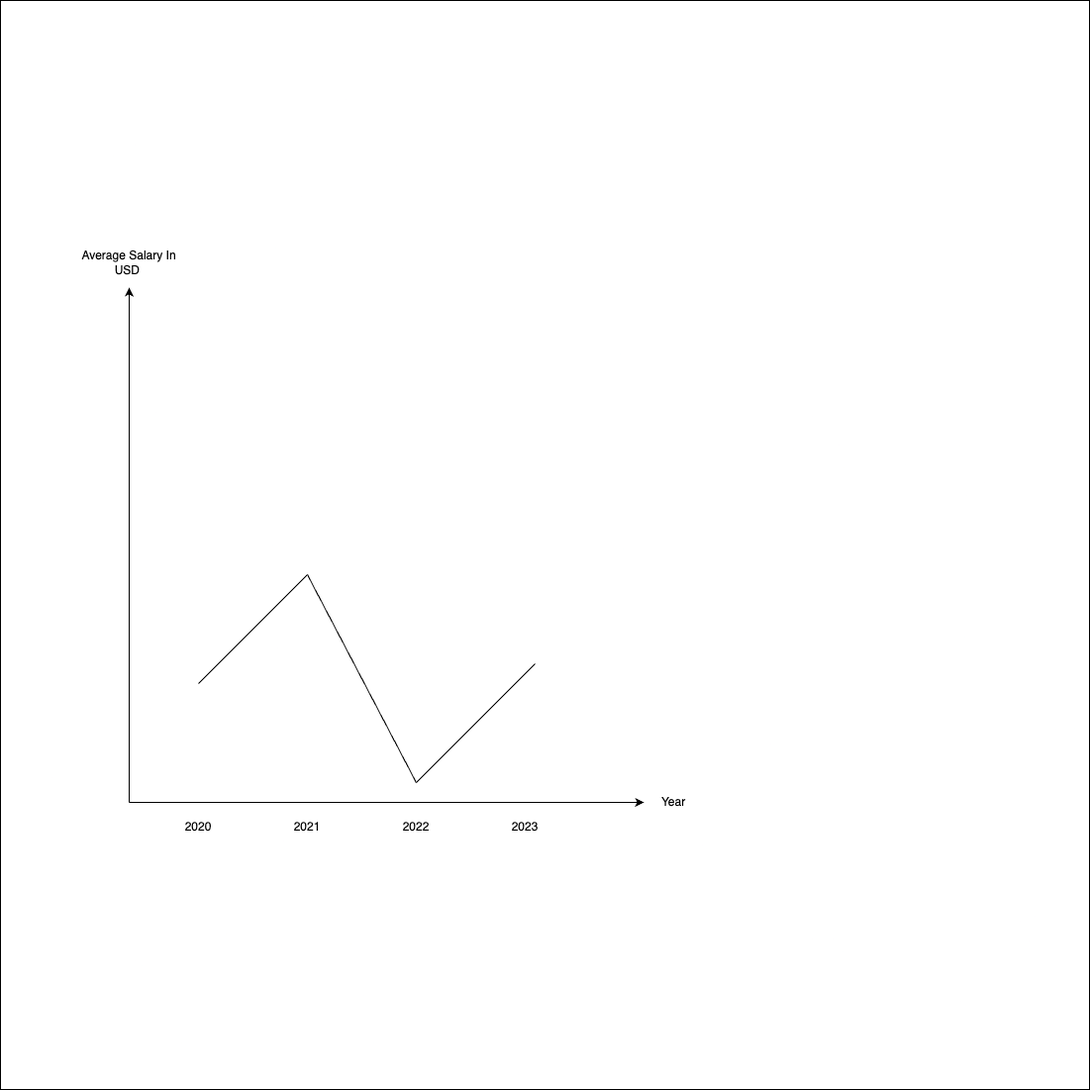
Above: docs/images/line_chart.png in com-480-data-visualization/data_girls (draw.io), before the change. Source tidied: cells renumbered, new cells last; positions are measured from the earlier drawing's top-left corner, leaving out a move shared by most shapes. The source it was exported from:
```xml
<mxGraphModel>
  <root>
    <mxCell id="0" />
    <mxCell id="1" parent="0" />
    <mxCell id="2" style="whiteSpace=wrap;html=1;" parent="1" vertex="1">
      <mxGeometry width="1100" height="1100" as="geometry" />
    </mxCell>
    <mxCell id="3" style="endArrow=classic;html=1;rounded=0;" parent="1" edge="1">
      <mxGeometry relative="1" as="geometry">
        <mxPoint x="130" y="810" as="sourcePoint" />
        <mxPoint x="130" y="290" as="targetPoint" />
      </mxGeometry>
    </mxCell>
    <mxCell id="4" style="endArrow=classic;html=1;rounded=0;" parent="1" edge="1">
      <mxGeometry relative="1" as="geometry">
        <mxPoint x="130" y="810" as="sourcePoint" />
        <mxPoint x="650" y="810" as="targetPoint" />
      </mxGeometry>
    </mxCell>
    <mxCell id="5" value="2020" style="text;html=1;align=center;verticalAlign=middle;whiteSpace=wrap;rounded=0;" parent="1" vertex="1">
      <mxGeometry x="170" y="820" width="60" height="30" as="geometry" />
    </mxCell>
    <mxCell id="6" value="2021" style="text;html=1;align=center;verticalAlign=middle;whiteSpace=wrap;rounded=0;" parent="1" vertex="1">
      <mxGeometry x="280" y="820" width="60" height="30" as="geometry" />
    </mxCell>
    <mxCell id="7" value="2022" style="text;html=1;align=center;verticalAlign=middle;whiteSpace=wrap;rounded=0;" parent="1" vertex="1">
      <mxGeometry x="390" y="820" width="60" height="30" as="geometry" />
    </mxCell>
    <mxCell id="8" value="2023" style="text;html=1;align=center;verticalAlign=middle;whiteSpace=wrap;rounded=0;" parent="1" vertex="1">
      <mxGeometry x="500" y="820" width="60" height="30" as="geometry" />
    </mxCell>
    <mxCell id="9" style="endArrow=none;html=1;rounded=0;" parent="1" edge="1">
      <mxGeometry relative="1" as="geometry">
        <mxPoint x="200" y="690" as="sourcePoint" />
        <mxPoint x="310" y="580" as="targetPoint" />
      </mxGeometry>
    </mxCell>
    <mxCell id="10" style="endArrow=none;html=1;rounded=0;" parent="1" edge="1">
      <mxGeometry relative="1" as="geometry">
        <mxPoint x="310" y="580" as="sourcePoint" />
        <mxPoint x="420" y="790" as="targetPoint" />
      </mxGeometry>
    </mxCell>
    <mxCell id="11" style="endArrow=none;html=1;rounded=0;" parent="1" edge="1">
      <mxGeometry relative="1" as="geometry">
        <mxPoint x="420" y="790" as="sourcePoint" />
        <mxPoint x="540" y="670" as="targetPoint" />
      </mxGeometry>
    </mxCell>
    <mxCell id="12" value="Average Salary In USD&amp;nbsp;" style="text;html=1;align=center;verticalAlign=middle;whiteSpace=wrap;rounded=0;" parent="1" vertex="1">
      <mxGeometry x="80" y="250" width="100" height="30" as="geometry" />
    </mxCell>
    <mxCell id="13" value="Year" style="text;html=1;align=center;verticalAlign=middle;whiteSpace=wrap;rounded=0;" parent="1" vertex="1">
      <mxGeometry x="630" y="790" width="100" height="40" as="geometry" />
    </mxCell>
  </root>
</mxGraphModel>
```
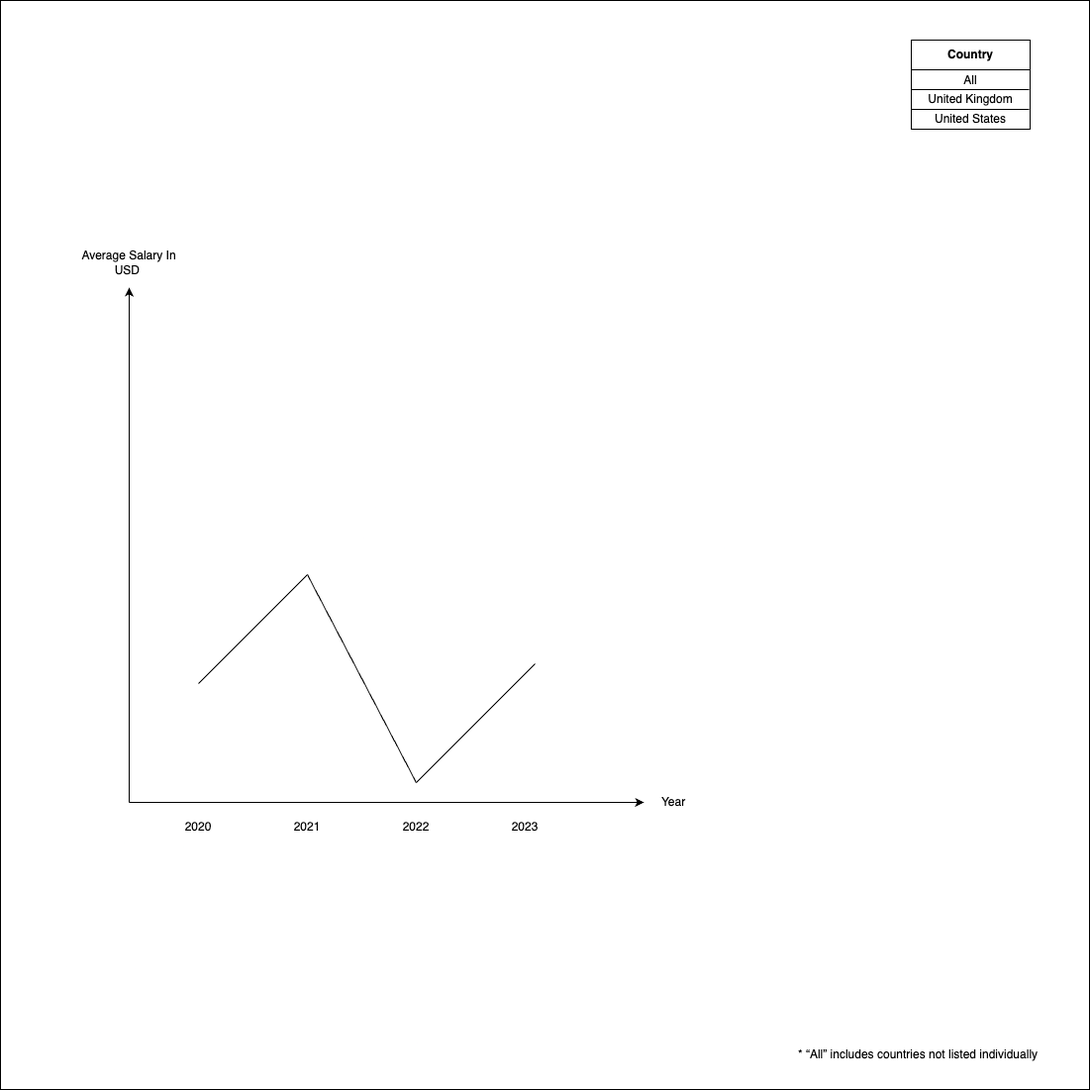
Above is the later version.

What changed in the source:
```diff
@@ -53,5 +53,35 @@
     <mxCell id="13" value="Year" style="text;html=1;align=center;verticalAlign=middle;whiteSpace=wrap;rounded=0;" parent="1" vertex="1">
       <mxGeometry x="630" y="790" width="100" height="40" as="geometry" />
     </mxCell>
+    <mxCell id="14" style="rounded=0;whiteSpace=wrap;html=1;" parent="1" vertex="1">
+      <mxGeometry x="920" y="40" width="120" height="30" as="geometry" />
+    </mxCell>
+    <mxCell id="15" value="United Kingdom" style="rounded=0;whiteSpace=wrap;html=1;" parent="1" vertex="1">
+      <mxGeometry x="920" y="70" width="120" height="60" as="geometry" />
+    </mxCell>
+    <mxCell id="16" style="endArrow=none;html=1;rounded=0;" parent="1" edge="1">
+      <mxGeometry relative="1" as="geometry">
+        <mxPoint x="1039" y="90" as="sourcePoint" />
+        <mxPoint x="920" y="90" as="targetPoint" />
+      </mxGeometry>
+    </mxCell>
+    <mxCell id="17" style="endArrow=none;html=1;rounded=0;" parent="1" edge="1">
+      <mxGeometry relative="1" as="geometry">
+        <mxPoint x="1039" y="110" as="sourcePoint" />
+        <mxPoint x="920" y="110" as="targetPoint" />
+      </mxGeometry>
+    </mxCell>
+    <mxCell id="18" value="&lt;b&gt;Country&lt;/b&gt;" style="text;html=1;align=center;verticalAlign=middle;whiteSpace=wrap;rounded=0;" parent="1" vertex="1">
+      <mxGeometry x="950" y="40" width="60" height="30" as="geometry" />
+    </mxCell>
+    <mxCell id="19" value="All" style="text;html=1;align=center;verticalAlign=middle;whiteSpace=wrap;rounded=0;" parent="1" vertex="1">
+      <mxGeometry x="950" y="76" width="60" height="10" as="geometry" />
+    </mxCell>
+    <mxCell id="20" value="United States" style="text;html=1;align=center;verticalAlign=middle;whiteSpace=wrap;rounded=0;" parent="1" vertex="1">
+      <mxGeometry x="940" y="110" width="80" height="20" as="geometry" />
+    </mxCell>
+    <mxCell id="21" value="&amp;nbsp;* “All” includes countries not listed individually&amp;nbsp;" style="text;html=1;align=center;verticalAlign=middle;whiteSpace=wrap;rounded=0;" parent="1" vertex="1">
+      <mxGeometry x="787" y="1050" width="280" height="30" as="geometry" />
+    </mxCell>
   </root>
 </mxGraphModel>
```
